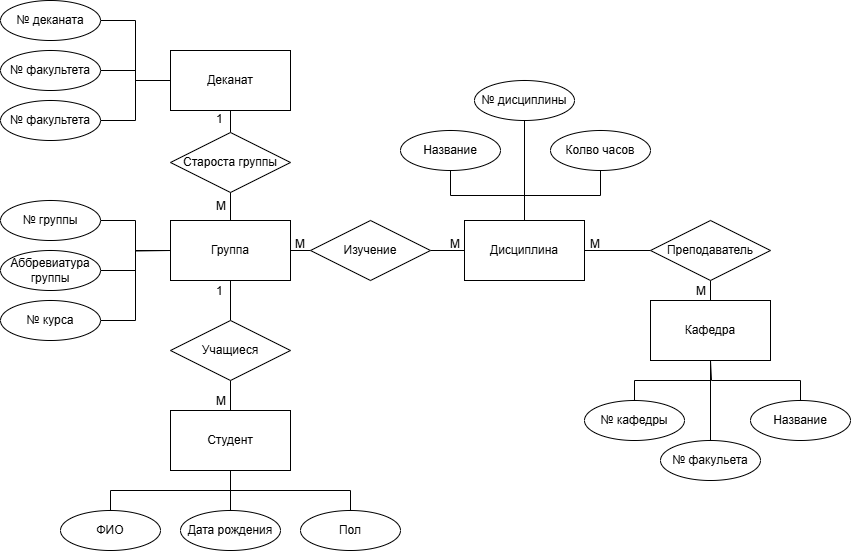
This is Dataset.drawio.png from ksinph/PSTU_LABS_2023, a draw.io export, as it was before one commit. Source tidied: cells renumbered, new cells last; positions are measured from the earlier drawing's top-left corner, leaving out a move shared by most shapes.
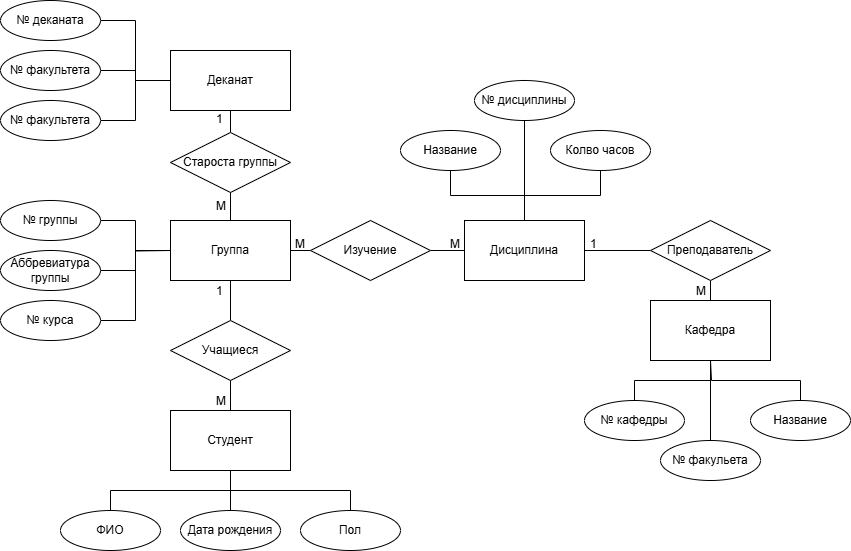
Later version of the same file.

What changed in the source:
```diff
@@ -175,7 +175,7 @@
     <mxCell id="54" value="M" style="text;strokeColor=none;fillColor=none;spacingLeft=4;spacingRight=4;overflow=hidden;fontSize=12;whiteSpace=wrap;html=1;" parent="1" vertex="1">
       <mxGeometry x="444" y="230" width="40" height="30" as="geometry" />
     </mxCell>
-    <mxCell id="55" value="M" style="text;strokeColor=none;fillColor=none;spacingLeft=4;spacingRight=4;overflow=hidden;fontSize=12;whiteSpace=wrap;html=1;" parent="1" vertex="1">
+    <mxCell id="55" value="1" style="text;strokeColor=none;fillColor=none;spacingLeft=4;spacingRight=4;overflow=hidden;fontSize=12;whiteSpace=wrap;html=1;" parent="1" vertex="1">
       <mxGeometry x="584" y="230" width="40" height="30" as="geometry" />
     </mxCell>
     <mxCell id="56" value="M" style="text;strokeColor=none;fillColor=none;spacingLeft=4;spacingRight=4;overflow=hidden;fontSize=12;whiteSpace=wrap;html=1;" parent="1" vertex="1">
```
